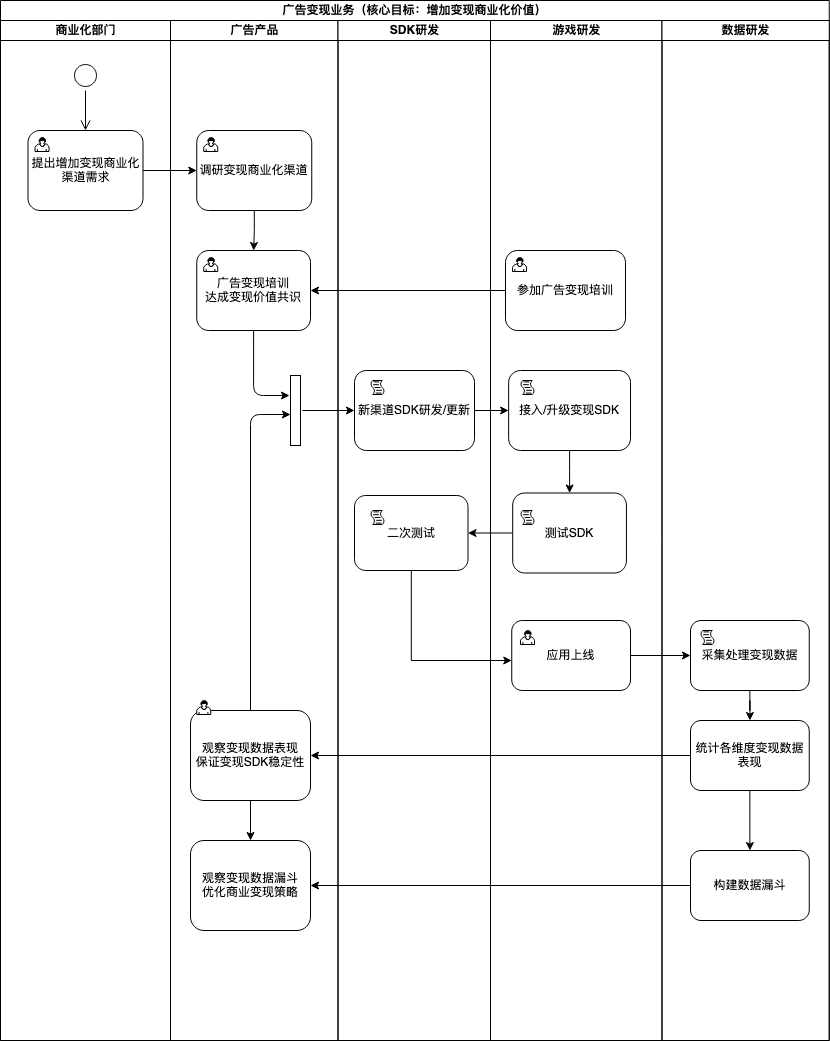
Before: 广告变现业务.png, a diagram exported from draw.io (chen-quan-long/hello-world). Source tidied: cells renumbered, new cells last; positions are measured from the earlier drawing's top-left corner, leaving out a move shared by most shapes.
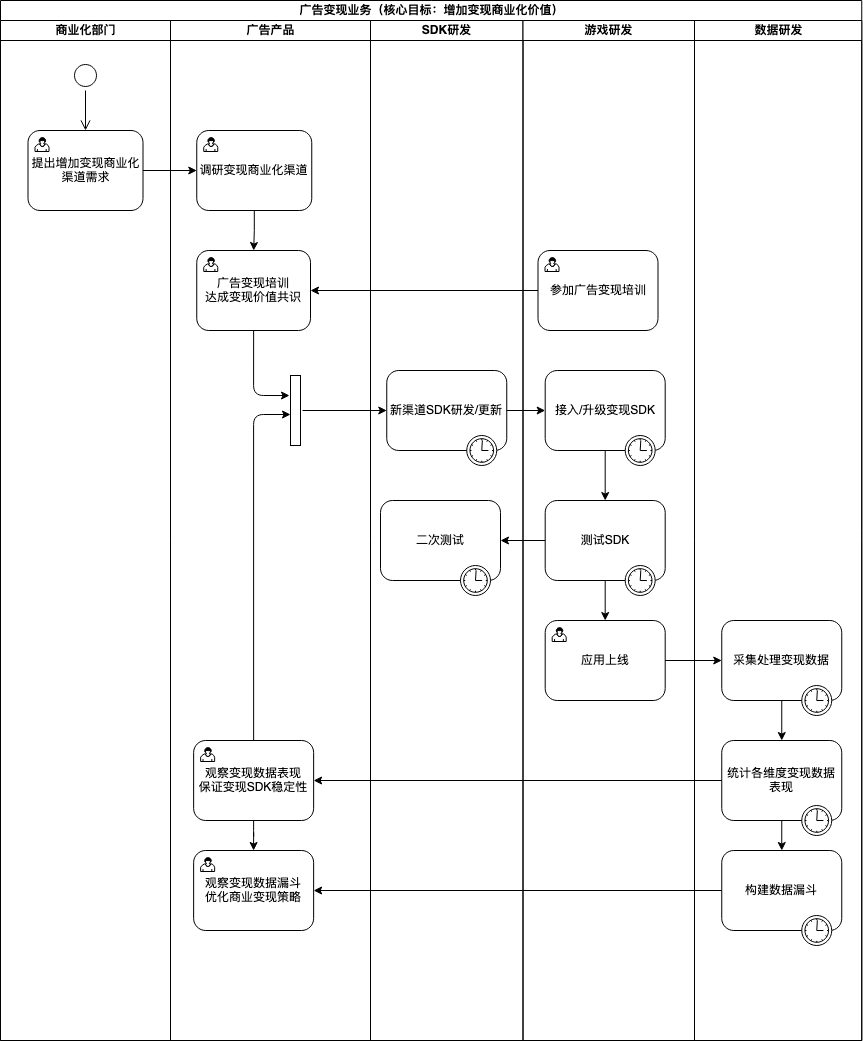
After the commit.

Commit message:
更新广告变现业务.png

What changed in the source:
```diff
@@ -3,7 +3,7 @@
     <mxCell id="0" />
     <mxCell id="1" parent="0" />
     <mxCell id="2" value="广告变现业务（核心目标：增加变现商业化价值）" style="swimlane;html=1;startSize=20;" parent="1" vertex="1">
-      <mxGeometry width="828.8" height="1040" as="geometry" />
+      <mxGeometry width="861.2" height="1040" as="geometry" />
     </mxCell>
     <mxCell id="3" value="商业化部门" style="swimlane;html=1;startSize=20;" parent="2" vertex="1">
       <mxGeometry y="20" width="170" height="1020" as="geometry" />
@@ -25,7 +25,7 @@
       </mxGeometry>
     </mxCell>
     <mxCell id="8" value="广告产品" style="swimlane;html=1;startSize=20;" parent="2" vertex="1">
-      <mxGeometry x="170" y="20" width="167.5" height="1020" as="geometry" />
+      <mxGeometry x="170" y="20" width="200" height="1020" as="geometry" />
     </mxCell>
     <mxCell id="9" value="调研变现商业化渠道" style="html=1;whiteSpace=wrap;rounded=1;align=center;" parent="8" vertex="1">
       <mxGeometry x="26.2" y="110" width="115" height="80" as="geometry" />
@@ -52,38 +52,49 @@
     <mxCell id="15" style="edgeStyle=orthogonalEdgeStyle;curved=0;rounded=1;sketch=0;jettySize=auto;html=1;exitX=0.5;exitY=0;exitDx=0;exitDy=0;entryX=1;entryY=0.443;entryDx=0;entryDy=0;entryPerimeter=0;" parent="8" edge="1" source="16" target="20">
       <mxGeometry relative="1" as="geometry" />
     </mxCell>
+    <mxCell id="20" style="html=1;points=[];perimeter=orthogonalPerimeter;rounded=0;sketch=0;direction=west;" parent="8" vertex="1">
+      <mxGeometry x="120" y="355" width="10" height="70" as="geometry" />
+    </mxCell>
+    <mxCell id="18" value="&lt;div&gt;观察变现数据漏斗&lt;/div&gt;&lt;div&gt;优化商业变现策略&lt;br&gt;&lt;/div&gt;" style="html=1;whiteSpace=wrap;rounded=1;sketch=0;" parent="8" vertex="1">
+      <mxGeometry x="23.1" y="830" width="120" height="80" as="geometry" />
+    </mxCell>
+    <mxCell id="52" style="html=1;shape=mxgraph.bpmn.user_task;" parent="18" vertex="1">
+      <mxGeometry width="14" height="14" relative="1" as="geometry">
+        <mxPoint x="7" y="7" as="offset" />
+      </mxGeometry>
+    </mxCell>
+    <mxCell id="19" style="edgeStyle=orthogonalEdgeStyle;curved=0;rounded=1;sketch=0;jettySize=auto;html=1;exitX=0.5;exitY=1;exitDx=0;exitDy=0;" parent="8" edge="1" source="16" target="18">
+      <mxGeometry relative="1" as="geometry" />
+    </mxCell>
-    <mxCell id="16" value="&lt;div&gt;观察变现数据表现&lt;/div&gt;&lt;div&gt;保证变现SDK稳定性&lt;br&gt;&lt;/div&gt;" style="html=1;whiteSpace=wrap;rounded=1;align=center;" parent="8" vertex="1">
-      <mxGeometry x="20" y="690" width="120" height="90" as="geometry" />
+    <mxCell id="16" value="&lt;div&gt;观察变现数据表现&lt;/div&gt;&lt;div&gt;保证变现SDK稳定性&lt;br&gt;&lt;/div&gt;" style="html=1;whiteSpace=wrap;rounded=1;sketch=0;" parent="8" vertex="1">
+      <mxGeometry x="23.1" y="720" width="120" height="80" as="geometry" />
     </mxCell>
-    <mxCell id="17" style="html=1;shape=mxgraph.bpmn.user_task;" parent="8" vertex="1">
-      <mxGeometry x="26.2" y="680" width="14" height="14" as="geometry" />
-    </mxCell>
-    <mxCell id="18" value="&lt;div&gt;观察变现数据漏斗&lt;/div&gt;&lt;div&gt;优化商业变现策略&lt;br&gt;&lt;/div&gt;" style="html=1;whiteSpace=wrap;rounded=1;align=center;" parent="8" vertex="1">
-      <mxGeometry x="20" y="820" width="120" height="90" as="geometry" />
-    </mxCell>
-    <mxCell id="19" style="edgeStyle=orthogonalEdgeStyle;rounded=0;jettySize=auto;html=1;" parent="8" edge="1" source="16" target="18">
-      <mxGeometry relative="1" as="geometry" />
-    </mxCell>
-    <mxCell id="20" style="html=1;points=[];perimeter=orthogonalPerimeter;rounded=0;sketch=0;direction=west;" parent="8" vertex="1">
-      <mxGeometry x="120" y="355" width="10" height="70" as="geometry" />
-    </mxCell>
+    <mxCell id="53" style="html=1;shape=mxgraph.bpmn.user_task;" parent="16" vertex="1">
+      <mxGeometry width="14" height="14" relative="1" as="geometry">
+        <mxPoint x="7" y="7" as="offset" />
+      </mxGeometry>
+    </mxCell>
     <mxCell id="21" value="SDK研发" style="swimlane;html=1;startSize=20;" parent="2" vertex="1">
-      <mxGeometry x="337.5" y="20" width="152.5" height="1020" as="geometry" />
+      <mxGeometry x="370" y="20" width="152.5" height="1020" as="geometry" />
     </mxCell>
+    <mxCell id="23" value="二次测试" style="html=1;whiteSpace=wrap;rounded=1;sketch=0;" parent="21" vertex="1">
+      <mxGeometry x="10" y="480" width="120" height="80" as="geometry" />
+    </mxCell>
+    <mxCell id="54" style="shape=mxgraph.bpmn.timer_start;perimeter=ellipsePerimeter;html=1;verticalLabelPosition=bottom;verticalAlign=top;" parent="23" vertex="1">
+      <mxGeometry x="1" y="1" width="30" height="30" relative="1" as="geometry">
+        <mxPoint x="-40" y="-15" as="offset" />
+      </mxGeometry>
+    </mxCell>
-    <mxCell id="22" value="新渠道SDK研发/更新" style="html=1;whiteSpace=wrap;rounded=1;align=center;" parent="21" vertex="1">
-      <mxGeometry x="16.5" y="350" width="120" height="80" as="geometry" />
+    <mxCell id="22" value="新渠道SDK研发/更新" style="html=1;whiteSpace=wrap;rounded=1;sketch=0;" parent="21" vertex="1">
+      <mxGeometry x="16.2" y="350" width="120" height="80" as="geometry" />
     </mxCell>
-    <mxCell id="23" value="二次测试" style="html=1;whiteSpace=wrap;rounded=1;align=center;" parent="21" vertex="1">
-      <mxGeometry x="16.5" y="475" width="113.5" height="75" as="geometry" />
-    </mxCell>
-    <mxCell id="24" style="shape=mxgraph.bpmn.script_task;html=1;" parent="21" vertex="1">
-      <mxGeometry x="32.5" y="490" width="14" height="14" as="geometry" />
-    </mxCell>
-    <mxCell id="25" style="shape=mxgraph.bpmn.script_task;html=1;" parent="21" vertex="1">
-      <mxGeometry x="32.5" y="360" width="14" height="14" as="geometry" />
-    </mxCell>
+    <mxCell id="55" style="shape=mxgraph.bpmn.timer_start;perimeter=ellipsePerimeter;html=1;verticalLabelPosition=bottom;verticalAlign=top;" parent="22" vertex="1">
+      <mxGeometry x="1" y="1" width="30" height="30" relative="1" as="geometry">
+        <mxPoint x="-40" y="-15" as="offset" />
+      </mxGeometry>
+    </mxCell>
     <mxCell id="26" value="游戏研发" style="swimlane;html=1;startSize=20;" parent="2" vertex="1">
-      <mxGeometry x="490" y="20" width="171.5" height="1020" as="geometry" />
+      <mxGeometry x="522.5" y="20" width="171.5" height="1020" as="geometry" />
     </mxCell>
     <mxCell id="27" value="参加广告变现培训" style="html=1;whiteSpace=wrap;rounded=1;" parent="26" vertex="1">
       <mxGeometry x="15" y="230" width="120" height="80" as="geometry" />
@@ -93,80 +104,94 @@
         <mxPoint x="7" y="7" as="offset" />
       </mxGeometry>
     </mxCell>
+    <mxCell id="32" value="&lt;div&gt;应用上线&lt;/div&gt;" style="html=1;whiteSpace=wrap;rounded=1;sketch=0;" parent="26" vertex="1">
+      <mxGeometry x="22.2" y="600" width="120" height="80" as="geometry" />
+    </mxCell>
+    <mxCell id="56" style="html=1;shape=mxgraph.bpmn.user_task;" parent="32" vertex="1">
+      <mxGeometry width="14" height="14" relative="1" as="geometry">
+        <mxPoint x="7" y="7" as="offset" />
+      </mxGeometry>
+    </mxCell>
+    <mxCell id="57" style="edgeStyle=orthogonalEdgeStyle;curved=0;rounded=1;sketch=0;jettySize=auto;html=1;exitX=0.5;exitY=1;exitDx=0;exitDy=0;entryX=0.5;entryY=0;entryDx=0;entryDy=0;" parent="26" edge="1" source="30" target="32">
+      <mxGeometry relative="1" as="geometry" />
+    </mxCell>
+    <mxCell id="30" value="测试SDK" style="html=1;whiteSpace=wrap;rounded=1;sketch=0;" parent="26" vertex="1">
+      <mxGeometry x="22.2" y="480" width="120" height="80" as="geometry" />
+    </mxCell>
+    <mxCell id="58" style="shape=mxgraph.bpmn.timer_start;perimeter=ellipsePerimeter;html=1;verticalLabelPosition=bottom;verticalAlign=top;" parent="30" vertex="1">
+      <mxGeometry x="1" y="1" width="30" height="30" relative="1" as="geometry">
+        <mxPoint x="-40" y="-15" as="offset" />
+      </mxGeometry>
+    </mxCell>
+    <mxCell id="31" style="edgeStyle=orthogonalEdgeStyle;curved=0;rounded=1;sketch=0;jettySize=auto;html=1;exitX=0.5;exitY=1;exitDx=0;exitDy=0;entryX=0.5;entryY=0;entryDx=0;entryDy=0;" parent="26" edge="1" source="29" target="30">
+      <mxGeometry relative="1" as="geometry" />
+    </mxCell>
-    <mxCell id="29" value="&lt;div align=&quot;center&quot;&gt;接入/升级变现SDK&lt;/div&gt;" style="html=1;whiteSpace=wrap;rounded=1;align=center;" parent="26" vertex="1">
-      <mxGeometry x="18.1" y="350" width="121.9" height="80" as="geometry" />
+    <mxCell id="29" value="&lt;div align=&quot;center&quot;&gt;接入/升级变现SDK&lt;/div&gt;" style="html=1;whiteSpace=wrap;rounded=1;sketch=0;" parent="26" vertex="1">
+      <mxGeometry x="22.2" y="350" width="120" height="80" as="geometry" />
     </mxCell>
-    <mxCell id="30" value="测试SDK" style="html=1;whiteSpace=wrap;rounded=1;align=center;" parent="26" vertex="1">
-      <mxGeometry x="22.2" y="472.5" width="113.8" height="80" as="geometry" />
-    </mxCell>
-    <mxCell id="31" style="edgeStyle=orthogonalEdgeStyle;rounded=0;jettySize=auto;html=1;" parent="26" edge="1" source="29" target="30">
-      <mxGeometry relative="1" as="geometry" />
-    </mxCell>
-    <mxCell id="32" value="&lt;div&gt;应用上线&lt;/div&gt;" style="html=1;whiteSpace=wrap;rounded=1;align=center;" parent="26" vertex="1">
-      <mxGeometry x="21.2" y="600" width="118.8" height="70" as="geometry" />
-    </mxCell>
-    <mxCell id="33" style="shape=mxgraph.bpmn.script_task;html=1;" parent="26" vertex="1">
-      <mxGeometry x="30" y="490" width="14" height="14" as="geometry" />
-    </mxCell>
-    <mxCell id="34" style="shape=mxgraph.bpmn.script_task;html=1;" parent="26" vertex="1">
-      <mxGeometry x="30" y="360" width="14" height="14" as="geometry" />
-    </mxCell>
-    <mxCell id="35" style="html=1;shape=mxgraph.bpmn.user_task;" parent="26" vertex="1">
-      <mxGeometry x="30" y="610" width="14" height="14" as="geometry" />
-    </mxCell>
+    <mxCell id="59" style="shape=mxgraph.bpmn.timer_start;perimeter=ellipsePerimeter;html=1;verticalLabelPosition=bottom;verticalAlign=top;" parent="29" vertex="1">
+      <mxGeometry x="1" y="1" width="30" height="30" relative="1" as="geometry">
+        <mxPoint x="-40" y="-15" as="offset" />
+      </mxGeometry>
+    </mxCell>
+    <mxCell id="43" style="edgeStyle=orthogonalEdgeStyle;rounded=0;jettySize=auto;html=1;" parent="2" edge="1" source="4" target="9">
+      <mxGeometry relative="1" as="geometry" />
+    </mxCell>
+    <mxCell id="44" style="endArrow=classic;html=1;exitX=0;exitY=0.5;exitDx=0;exitDy=0;entryX=1;entryY=0.5;entryDx=0;entryDy=0;" parent="2" edge="1" source="27" target="12">
+      <mxGeometry relative="1" as="geometry" />
+    </mxCell>
+    <mxCell id="51" style="endArrow=classic;html=1;entryX=0;entryY=0.5;entryDx=0;entryDy=0;" parent="2" edge="1" target="22">
+      <mxGeometry relative="1" as="geometry">
+        <mxPoint x="302" y="410" as="sourcePoint" />
+      </mxGeometry>
+    </mxCell>
+    <mxCell id="45" style="edgeStyle=orthogonalEdgeStyle;curved=0;rounded=1;sketch=0;jettySize=auto;html=1;exitX=1;exitY=0.5;exitDx=0;exitDy=0;entryX=0;entryY=0.5;entryDx=0;entryDy=0;" parent="2" edge="1" source="22" target="29">
+      <mxGeometry relative="1" as="geometry" />
+    </mxCell>
+    <mxCell id="46" style="edgeStyle=orthogonalEdgeStyle;curved=0;rounded=1;sketch=0;jettySize=auto;html=1;exitX=0;exitY=0.5;exitDx=0;exitDy=0;entryX=1;entryY=0.5;entryDx=0;entryDy=0;" parent="2" edge="1" source="30" target="23">
+      <mxGeometry relative="1" as="geometry" />
+    </mxCell>
     <mxCell id="36" value="数据研发" style="swimlane;html=1;startSize=20;" parent="2" vertex="1">
-      <mxGeometry x="661.5" y="20" width="167.2" height="1020" as="geometry" />
+      <mxGeometry x="694" y="20" width="167.2" height="1020" as="geometry" />
     </mxCell>
+    <mxCell id="41" value="&lt;div&gt;构建数据漏斗&lt;/div&gt;" style="html=1;whiteSpace=wrap;rounded=1;sketch=0;" parent="36" vertex="1">
+      <mxGeometry x="27.2" y="830" width="120" height="80" as="geometry" />
+    </mxCell>
+    <mxCell id="60" style="shape=mxgraph.bpmn.timer_start;perimeter=ellipsePerimeter;html=1;verticalLabelPosition=bottom;verticalAlign=top;" parent="41" vertex="1">
+      <mxGeometry x="1" y="1" width="30" height="30" relative="1" as="geometry">
+        <mxPoint x="-40" y="-15" as="offset" />
+      </mxGeometry>
+    </mxCell>
+    <mxCell id="42" style="edgeStyle=orthogonalEdgeStyle;curved=0;rounded=1;sketch=0;jettySize=auto;html=1;exitX=0.5;exitY=1;exitDx=0;exitDy=0;entryX=0.5;entryY=0;entryDx=0;entryDy=0;" parent="36" edge="1" source="40" target="41">
+      <mxGeometry relative="1" as="geometry" />
+    </mxCell>
+    <mxCell id="40" value="统计各维度变现数据表现" style="html=1;whiteSpace=wrap;rounded=1;sketch=0;" parent="36" vertex="1">
+      <mxGeometry x="27.2" y="720" width="120" height="80" as="geometry" />
+    </mxCell>
+    <mxCell id="61" style="shape=mxgraph.bpmn.timer_start;perimeter=ellipsePerimeter;html=1;verticalLabelPosition=bottom;verticalAlign=top;" parent="40" vertex="1">
+      <mxGeometry x="1" y="1" width="30" height="30" relative="1" as="geometry">
+        <mxPoint x="-40" y="-15" as="offset" />
+      </mxGeometry>
+    </mxCell>
-    <mxCell id="37" style="edgeStyle=orthogonalEdgeStyle;rounded=0;jettySize=auto;html=1;exitX=0.5;exitY=1;exitDx=0;exitDy=0;" parent="36" edge="1" source="38" target="40">
+    <mxCell id="37" style="edgeStyle=orthogonalEdgeStyle;curved=0;rounded=1;sketch=0;jettySize=auto;html=1;exitX=0.5;exitY=1;exitDx=0;exitDy=0;" parent="36" edge="1" source="38" target="40">
       <mxGeometry relative="1" as="geometry" />
     </mxCell>
-    <mxCell id="38" value="采集处理变现数据" style="html=1;whiteSpace=wrap;rounded=1;align=center;" parent="36" vertex="1">
-      <mxGeometry x="28.5" y="600" width="118.8" height="70" as="geometry" />
+    <mxCell id="38" value="采集处理变现数据" style="html=1;whiteSpace=wrap;rounded=1;sketch=0;" parent="36" vertex="1">
+      <mxGeometry x="27.2" y="600" width="120" height="80" as="geometry" />
     </mxCell>
-    <mxCell id="39" style="shape=mxgraph.bpmn.script_task;html=1;" parent="36" vertex="1">
-      <mxGeometry x="38.5" y="610" width="14" height="14" as="geometry" />
-    </mxCell>
-    <mxCell id="40" value="统计各维度变现数据表现" style="html=1;whiteSpace=wrap;rounded=1;align=center;" parent="36" vertex="1">
-      <mxGeometry x="28.5" y="700" width="118.8" height="70" as="geometry" />
-    </mxCell>
-    <mxCell id="41" value="&lt;div&gt;构建数据漏斗&lt;/div&gt;" style="html=1;whiteSpace=wrap;rounded=1;align=center;" parent="36" vertex="1">
-      <mxGeometry x="28.5" y="830" width="118.8" height="70" as="geometry" />
-    </mxCell>
-    <mxCell id="42" style="edgeStyle=orthogonalEdgeStyle;rounded=0;jettySize=auto;html=1;" parent="36" edge="1" source="40" target="41">
-      <mxGeometry relative="1" as="geometry" />
-    </mxCell>
-    <mxCell id="43" style="edgeStyle=orthogonalEdgeStyle;rounded=0;jettySize=auto;html=1;" parent="2" edge="1" source="4" target="9">
-      <mxGeometry relative="1" as="geometry" />
-    </mxCell>
-    <mxCell id="44" style="endArrow=classic;html=1;exitX=0;exitY=0.5;exitDx=0;exitDy=0;entryX=1;entryY=0.5;entryDx=0;entryDy=0;" parent="2" edge="1" source="27" target="12">
-      <mxGeometry relative="1" as="geometry" />
-    </mxCell>
-    <mxCell id="45" style="edgeStyle=orthogonalEdgeStyle;rounded=0;jettySize=auto;html=1;" parent="2" edge="1" source="22" target="29">
-      <mxGeometry relative="1" as="geometry" />
-    </mxCell>
-    <mxCell id="46" style="edgeStyle=orthogonalEdgeStyle;rounded=0;jettySize=auto;html=1;" parent="2" edge="1" source="30" target="23">
-      <mxGeometry relative="1" as="geometry" />
-    </mxCell>
-    <mxCell id="47" style="edgeStyle=orthogonalEdgeStyle;rounded=0;jettySize=auto;html=1;" parent="2" edge="1" source="23" target="32">
-      <mxGeometry relative="1" as="geometry">
-        <Array as="points">
-          <mxPoint x="411" y="660" />
-        </Array>
-      </mxGeometry>
-    </mxCell>
+    <mxCell id="62" style="shape=mxgraph.bpmn.timer_start;perimeter=ellipsePerimeter;html=1;verticalLabelPosition=bottom;verticalAlign=top;" parent="38" vertex="1">
+      <mxGeometry x="1" y="1" width="30" height="30" relative="1" as="geometry">
+        <mxPoint x="-40" y="-15" as="offset" />
+      </mxGeometry>
+    </mxCell>
-    <mxCell id="48" style="edgeStyle=orthogonalEdgeStyle;rounded=0;jettySize=auto;html=1;" parent="2" edge="1" source="32" target="38">
+    <mxCell id="48" style="edgeStyle=orthogonalEdgeStyle;curved=0;rounded=1;sketch=0;jettySize=auto;html=1;exitX=1;exitY=0.5;exitDx=0;exitDy=0;entryX=0;entryY=0.5;entryDx=0;entryDy=0;" parent="2" edge="1" source="32" target="38">
       <mxGeometry relative="1" as="geometry" />
     </mxCell>
-    <mxCell id="49" style="edgeStyle=orthogonalEdgeStyle;rounded=0;jettySize=auto;html=1;exitX=0;exitY=0.5;exitDx=0;exitDy=0;" parent="2" edge="1" source="40" target="16">
+    <mxCell id="49" style="edgeStyle=orthogonalEdgeStyle;curved=0;rounded=1;sketch=0;jettySize=auto;html=1;exitX=0;exitY=0.5;exitDx=0;exitDy=0;" parent="2" edge="1" source="40" target="16">
       <mxGeometry relative="1" as="geometry" />
     </mxCell>
-    <mxCell id="50" style="edgeStyle=orthogonalEdgeStyle;rounded=0;jettySize=auto;html=1;exitX=0;exitY=0.5;exitDx=0;exitDy=0;" parent="2" edge="1" source="41" target="18">
+    <mxCell id="50" style="edgeStyle=orthogonalEdgeStyle;curved=0;rounded=1;sketch=0;jettySize=auto;html=1;exitX=0;exitY=0.5;exitDx=0;exitDy=0;entryX=1;entryY=0.5;entryDx=0;entryDy=0;" parent="2" edge="1" source="41" target="18">
       <mxGeometry relative="1" as="geometry" />
     </mxCell>
-    <mxCell id="51" style="endArrow=classic;html=1;entryX=0;entryY=0.5;entryDx=0;entryDy=0;" parent="2" edge="1" target="22">
-      <mxGeometry relative="1" as="geometry">
-        <mxPoint x="302" y="410" as="sourcePoint" />
-      </mxGeometry>
-    </mxCell>
   </root>
 </mxGraphModel>
```
